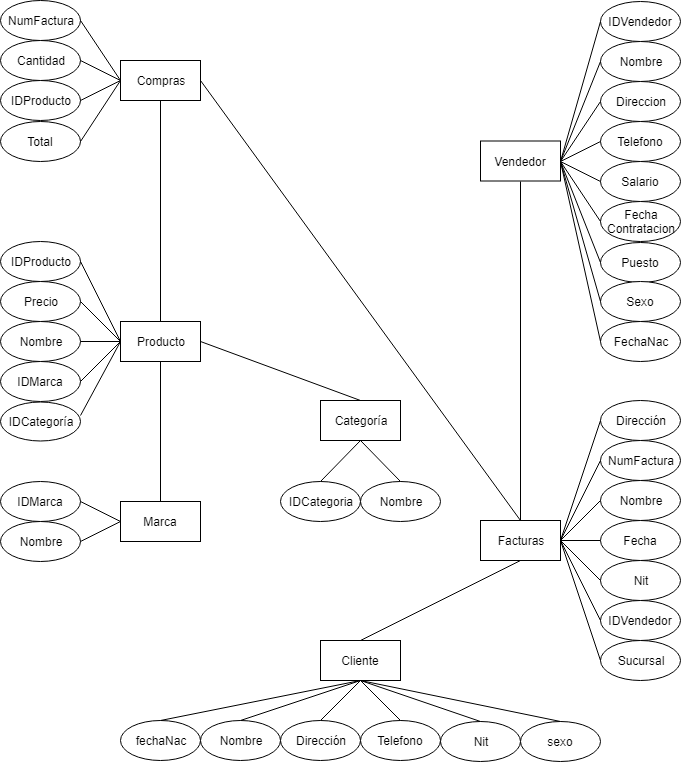
The draw.io diagram Diseño de base de datos.png in estebancabreraa/Proyecto2BD, before a commit. Source tidied: cells renumbered, new cells last; positions are measured from the earlier drawing's top-left corner, leaving out a move shared by most shapes.
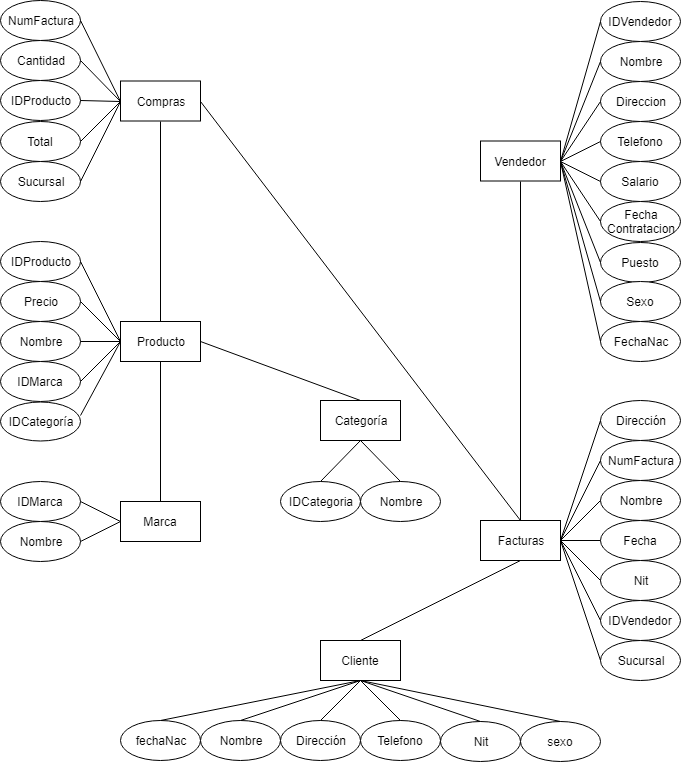
After the commit.

What changed in the source:
```diff
@@ -69,7 +69,7 @@
       <mxGeometry relative="1" as="geometry" />
     </mxCell>
     <mxCell id="24" value="Compras" style="rounded=0;whiteSpace=wrap;html=1;" parent="1" vertex="1">
-      <mxGeometry x="120" y="60" width="80" height="40" as="geometry" />
+      <mxGeometry x="120" y="80.5" width="80" height="40" as="geometry" />
     </mxCell>
     <mxCell id="25" value="NumFactura" style="ellipse;whiteSpace=wrap;html=1;" parent="1" vertex="1">
       <mxGeometry width="80" height="40" as="geometry" />
@@ -251,5 +251,11 @@
     <mxCell id="84" style="endArrow=none;html=1;entryX=0;entryY=0.5;entryDx=0;entryDy=0;exitX=1;exitY=0.5;exitDx=0;exitDy=0;" parent="1" edge="1" source="2" target="83">
       <mxGeometry relative="1" as="geometry" />
     </mxCell>
+    <mxCell id="85" value="Sucursal" style="ellipse;whiteSpace=wrap;html=1;" parent="1" vertex="1">
+      <mxGeometry y="160.5" width="80" height="40" as="geometry" />
+    </mxCell>
+    <mxCell id="86" style="endArrow=none;html=1;exitX=1;exitY=0.5;exitDx=0;exitDy=0;entryX=0;entryY=0.5;entryDx=0;entryDy=0;" parent="1" edge="1" source="85" target="24">
+      <mxGeometry relative="1" as="geometry" />
+    </mxCell>
   </root>
 </mxGraphModel>
```
